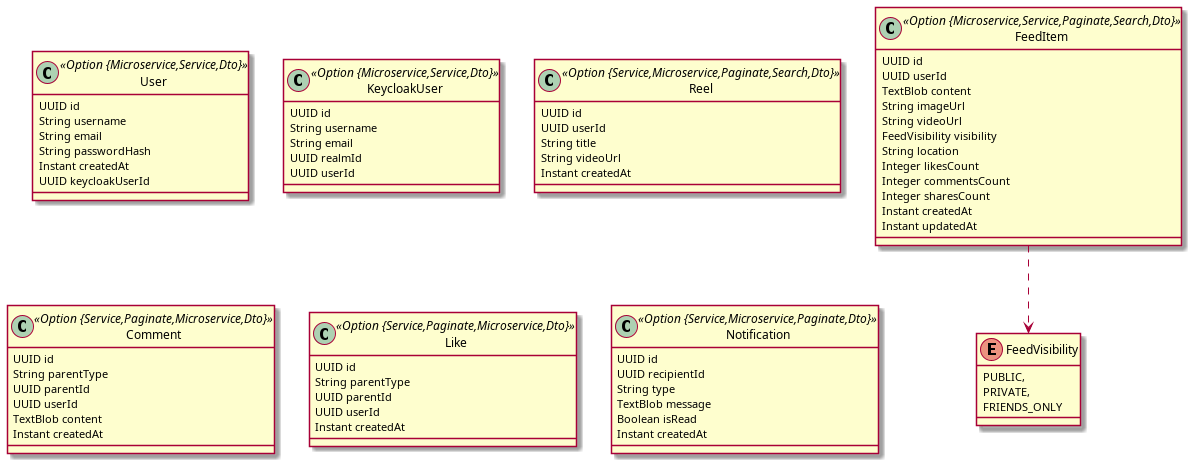
The PlantUML diagram docs/jdl/app.png in phungle2508/AppF4, before a commit. The source it was exported from:
```plantuml
@startuml
	!pragma syntax class
	enum FeedVisibility {
		PUBLIC,
		PRIVATE,
		FRIENDS_ONLY
	}
	class User <<Option {Microservice,Service,Dto}>> {
		UUID id
		String username
		String email
		String passwordHash
		Instant createdAt
		UUID keycloakUserId
	}
	class KeycloakUser <<Option {Microservice,Service,Dto}>> {
		UUID id
		String username
		String email
		UUID realmId
		UUID userId
	}
	class Reel <<Option {Service,Microservice,Paginate,Search,Dto}>> {
		UUID id
		UUID userId
		String title
		String videoUrl
		Instant createdAt
	}
	class Comment <<Option {Service,Paginate,Microservice,Dto}>> {
		UUID id
		String parentType
		UUID parentId
		UUID userId
		TextBlob content
		Instant createdAt
	}
	class Like <<Option {Service,Paginate,Microservice,Dto}>> {
		UUID id
		String parentType
		UUID parentId
		UUID userId
		Instant createdAt
	}
	class Notification <<Option {Service,Microservice,Paginate,Dto}>> {
		UUID id
		UUID recipientId
		String type
		TextBlob message
		Boolean isRead
		Instant createdAt
	}
	class FeedItem <<Option {Microservice,Service,Paginate,Search,Dto}>> {
		UUID id
		UUID userId
		TextBlob content
		String imageUrl
		String videoUrl
		FeedVisibility visibility
		String location
		Integer likesCount
		Integer commentsCount
		Integer sharesCount
		Instant createdAt
		Instant updatedAt
	}
	FeedItem ..> FeedVisibility
@enduml
```
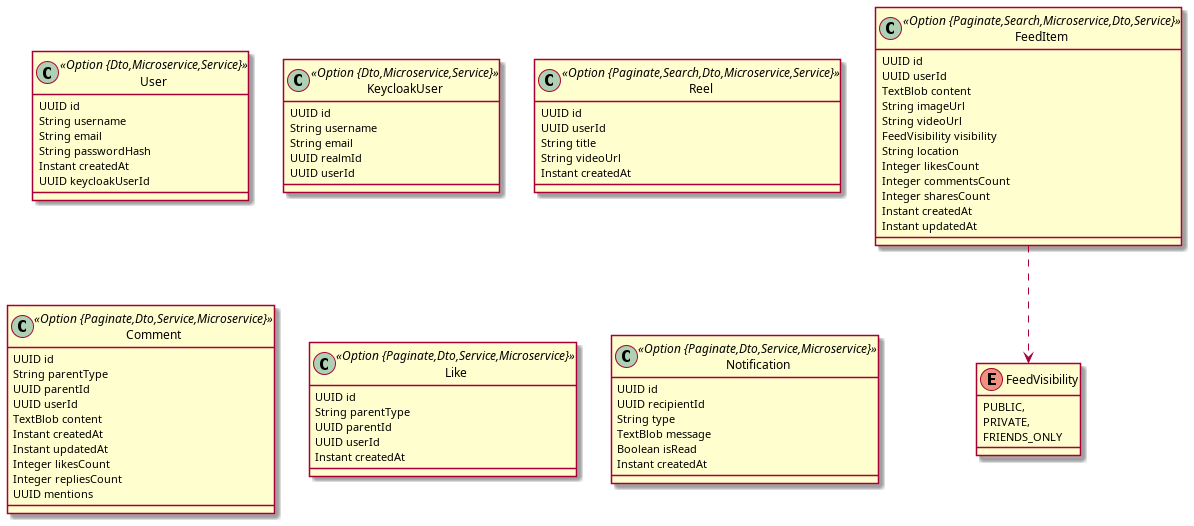
The same file after the commit.

Commit message:
update comment entity

The edit, as a diff of the source:
```diff
@@ -5,7 +5,7 @@
 		PRIVATE,
 		FRIENDS_ONLY
 	}
-	class User <<Option {Microservice,Service,Dto}>> {
+	class User <<Option {Dto,Microservice,Service}>> {
 		UUID id
 		String username
 		String email
@@ -13,36 +13,40 @@
 		Instant createdAt
 		UUID keycloakUserId
 	}
-	class KeycloakUser <<Option {Microservice,Service,Dto}>> {
+	class KeycloakUser <<Option {Dto,Microservice,Service}>> {
 		UUID id
 		String username
 		String email
 		UUID realmId
 		UUID userId
 	}
-	class Reel <<Option {Service,Microservice,Paginate,Search,Dto}>> {
+	class Reel <<Option {Paginate,Search,Dto,Microservice,Service}>> {
 		UUID id
 		UUID userId
 		String title
 		String videoUrl
 		Instant createdAt
 	}
-	class Comment <<Option {Service,Paginate,Microservice,Dto}>> {
+	class Comment <<Option {Paginate,Dto,Service,Microservice}>> {
 		UUID id
 		String parentType
 		UUID parentId
 		UUID userId
 		TextBlob content
 		Instant createdAt
+		Instant updatedAt
+		Integer likesCount
+		Integer repliesCount
+		UUID mentions
 	}
-	class Like <<Option {Service,Paginate,Microservice,Dto}>> {
+	class Like <<Option {Paginate,Dto,Service,Microservice}>> {
 		UUID id
 		String parentType
 		UUID parentId
 		UUID userId
 		Instant createdAt
 	}
-	class Notification <<Option {Service,Microservice,Paginate,Dto}>> {
+	class Notification <<Option {Paginate,Dto,Service,Microservice}>> {
 		UUID id
 		UUID recipientId
 		String type
@@ -50,7 +54,7 @@
 		Boolean isRead
 		Instant createdAt
 	}
-	class FeedItem <<Option {Microservice,Service,Paginate,Search,Dto}>> {
+	class FeedItem <<Option {Paginate,Search,Microservice,Dto,Service}>> {
 		UUID id
 		UUID userId
 		TextBlob content
```
